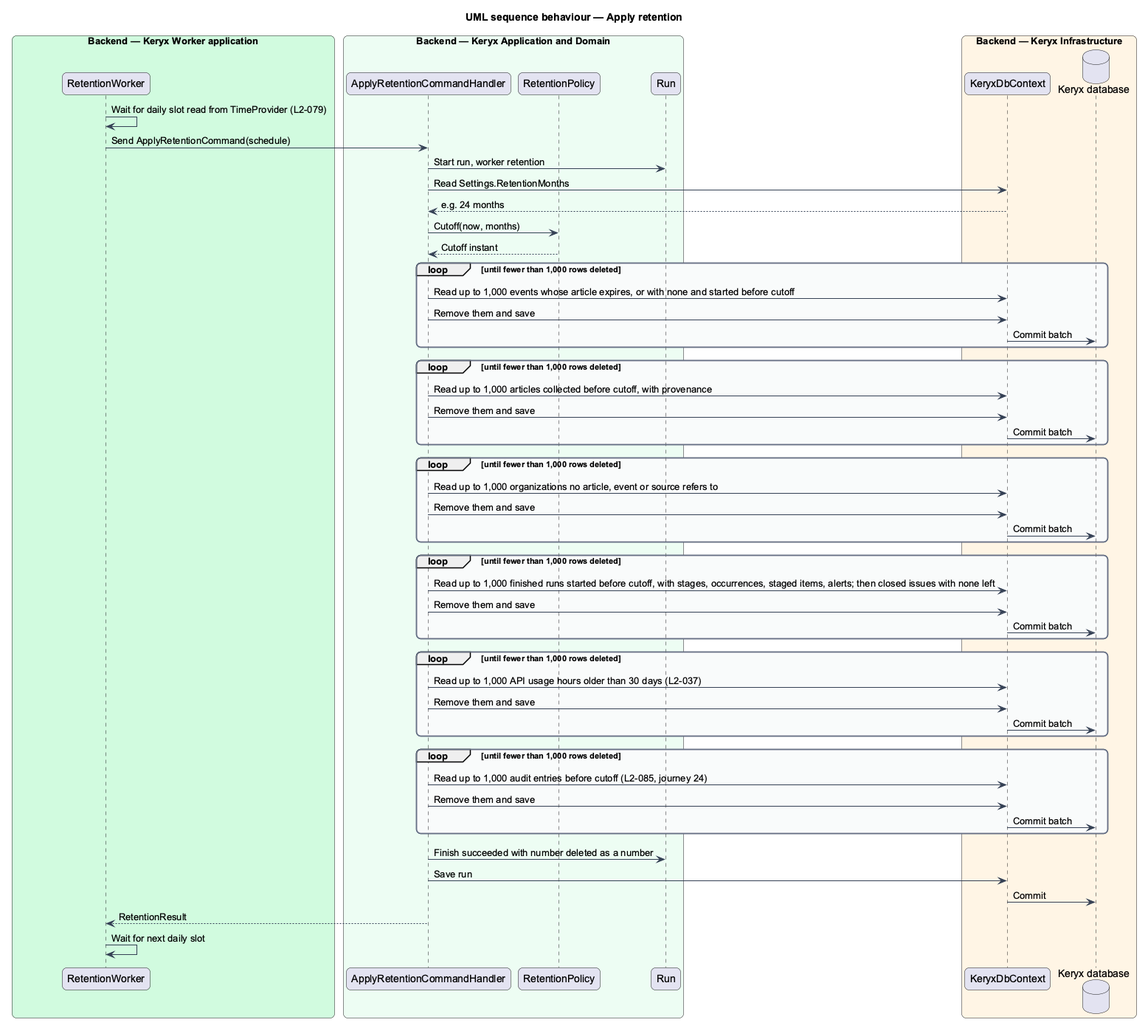
The PlantUML diagram docs/detailed-designs/catalogue/apply-retention/diagrams/sequence-apply-retention.png in QuinntyneBrown/keryx, before a commit.
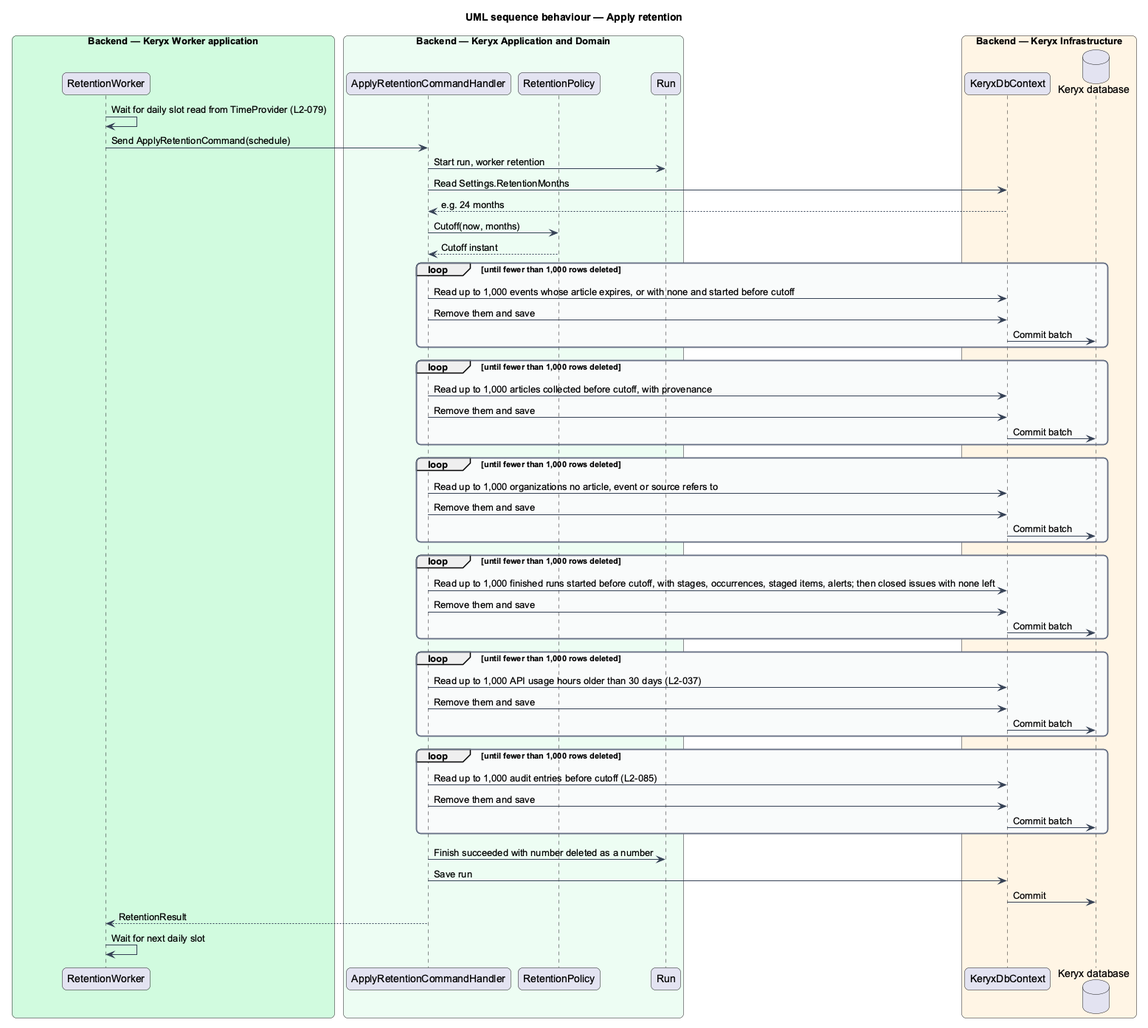
Above is the later version.

Commit message:
Delete audit entries older than the retention period

What changed in the source:
```diff
@@ -59,7 +59,7 @@
   ctx -> db : Commit batch
 end
 loop until fewer than 1,000 rows deleted
-  handler -> ctx : Read up to 1,000 audit entries before cutoff (L2-085, journey 24)
+  handler -> ctx : Read up to 1,000 audit entries before cutoff (L2-085)
   handler -> ctx : Remove them and save
   ctx -> db : Commit batch
 end
```
